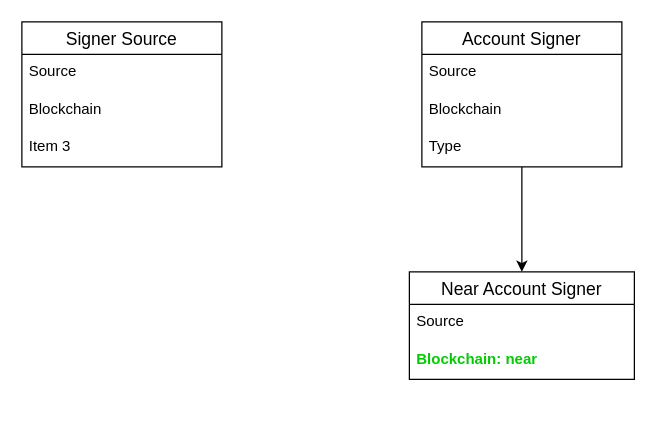
lostpebble/meteor-diagrams keeps this draw.io diagram as meteor-v2/accounts-and-keys/Meteor Key and Account Management.drawio. Above is the earlier version. Source tidied: cells renumbered, new cells numbered last; positions are measured from the earlier drawing's top-left corner, leaving out a move shared by most shapes. Both pictures are drawn from the tidied source at 125%, with x=0, y=0 at pixel (21, 21).
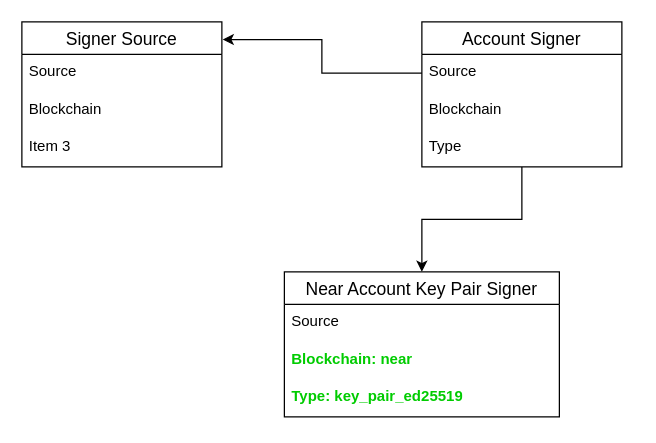
Above is the later version.

Diff of the diagram source:
```diff
@@
 <mxGraphModel>
   <root>
     <mxCell id="0" />
     <mxCell id="1" parent="0" />
     <mxCell id="2" style="edgeStyle=orthogonalEdgeStyle;rounded=0;jettySize=auto;html=1;entryX=0.5;entryY=0;entryDx=0;entryDy=0;" parent="1" edge="1" source="3" target="11">
       <mxGeometry relative="1" as="geometry" />
     </mxCell>
     <mxCell id="3" value="Account Signer" style="swimlane;fontStyle=0;horizontal=1;startSize=26;align=center;fontSize=14;" parent="1" vertex="1">
       <mxGeometry x="320" width="160" height="116" as="geometry" />
     </mxCell>
     <mxCell id="4" value="Source" style="text;strokeColor=none;fillColor=none;spacingLeft=4;spacingRight=4;overflow=hidden;points=[[0,0.5],[1,0.5]];portConstraint=eastwest;fontSize=12;whiteSpace=wrap;html=1;" parent="3" vertex="1">
       <mxGeometry y="26" width="160" height="30" as="geometry" />
     </mxCell>
     <mxCell id="5" value="Blockchain" style="text;strokeColor=none;fillColor=none;spacingLeft=4;spacingRight=4;overflow=hidden;fontSize=12;whiteSpace=wrap;html=1;" parent="3" vertex="1">
       <mxGeometry y="56" width="160" height="30" as="geometry" />
     </mxCell>
     <mxCell id="6" value="Type" style="text;strokeColor=none;fillColor=none;spacingLeft=4;spacingRight=4;overflow=hidden;fontSize=12;whiteSpace=wrap;html=1;" parent="3" vertex="1">
       <mxGeometry y="86" width="160" height="30" as="geometry" />
     </mxCell>
     <mxCell id="7" value="Signer Source" style="swimlane;fontStyle=0;horizontal=1;startSize=26;align=center;fontSize=14;" parent="1" vertex="1">
       <mxGeometry width="160" height="116" as="geometry" />
     </mxCell>
     <mxCell id="8" value="Source" style="text;strokeColor=none;fillColor=none;spacingLeft=4;spacingRight=4;overflow=hidden;fontSize=12;whiteSpace=wrap;html=1;" parent="7" vertex="1">
       <mxGeometry y="26" width="160" height="30" as="geometry" />
     </mxCell>
     <mxCell id="9" value="Blockchain" style="text;strokeColor=none;fillColor=none;spacingLeft=4;spacingRight=4;overflow=hidden;fontSize=12;whiteSpace=wrap;html=1;" parent="7" vertex="1">
       <mxGeometry y="56" width="160" height="30" as="geometry" />
     </mxCell>
     <mxCell id="10" value="Item 3" style="text;strokeColor=none;fillColor=none;spacingLeft=4;spacingRight=4;overflow=hidden;fontSize=12;whiteSpace=wrap;html=1;" parent="7" vertex="1">
       <mxGeometry y="86" width="160" height="30" as="geometry" />
     </mxCell>
-    <mxCell id="11" value="Near Account Signer" style="swimlane;fontStyle=0;horizontal=1;startSize=26;align=center;fontSize=14;" parent="1" vertex="1">
-      <mxGeometry x="310" y="200" width="180" height="86" as="geometry" />
+    <mxCell id="11" value="Near Account Key Pair Signer" style="swimlane;fontStyle=0;horizontal=1;startSize=26;align=center;fontSize=14;" parent="1" vertex="1">
+      <mxGeometry x="210" y="200" width="220" height="116" as="geometry" />
     </mxCell>
     <mxCell id="12" value="Source" style="text;strokeColor=none;fillColor=none;spacingLeft=4;spacingRight=4;overflow=hidden;fontSize=12;whiteSpace=wrap;html=1;" parent="11" vertex="1">
-      <mxGeometry y="26" width="180" height="30" as="geometry" />
+      <mxGeometry y="26" width="220" height="30" as="geometry" />
     </mxCell>
+    <mxCell id="14" value="Blockchain: near" style="text;strokeColor=none;fillColor=none;spacingLeft=4;spacingRight=4;overflow=hidden;fontSize=12;whiteSpace=wrap;html=1;fontStyle=1;fontColor=#00CC00;" parent="11" vertex="1">
+      <mxGeometry y="56" width="220" height="30" as="geometry" />
+    </mxCell>
-    <mxCell id="13" value="Blockchain: near" style="text;strokeColor=none;fillColor=none;spacingLeft=4;spacingRight=4;overflow=hidden;fontSize=12;whiteSpace=wrap;html=1;fontStyle=1;fontColor=#00CC00;" parent="11" vertex="1">
-      <mxGeometry y="56" width="180" height="30" as="geometry" />
+    <mxCell id="13" value="Type: key_pair_ed25519" style="text;strokeColor=none;fillColor=none;spacingLeft=4;spacingRight=4;overflow=hidden;fontSize=12;whiteSpace=wrap;html=1;fontStyle=1;fontColor=#00CC00;" parent="11" vertex="1">
+      <mxGeometry y="86" width="220" height="30" as="geometry" />
     </mxCell>
+    <mxCell id="15" style="edgeStyle=orthogonalEdgeStyle;rounded=0;jettySize=auto;html=1;entryX=1.004;entryY=0.122;entryDx=0;entryDy=0;entryPerimeter=0;" parent="1" edge="1" source="4" target="7">
+      <mxGeometry relative="1" as="geometry" />
+    </mxCell>
   </root>
 </mxGraphModel>
```
